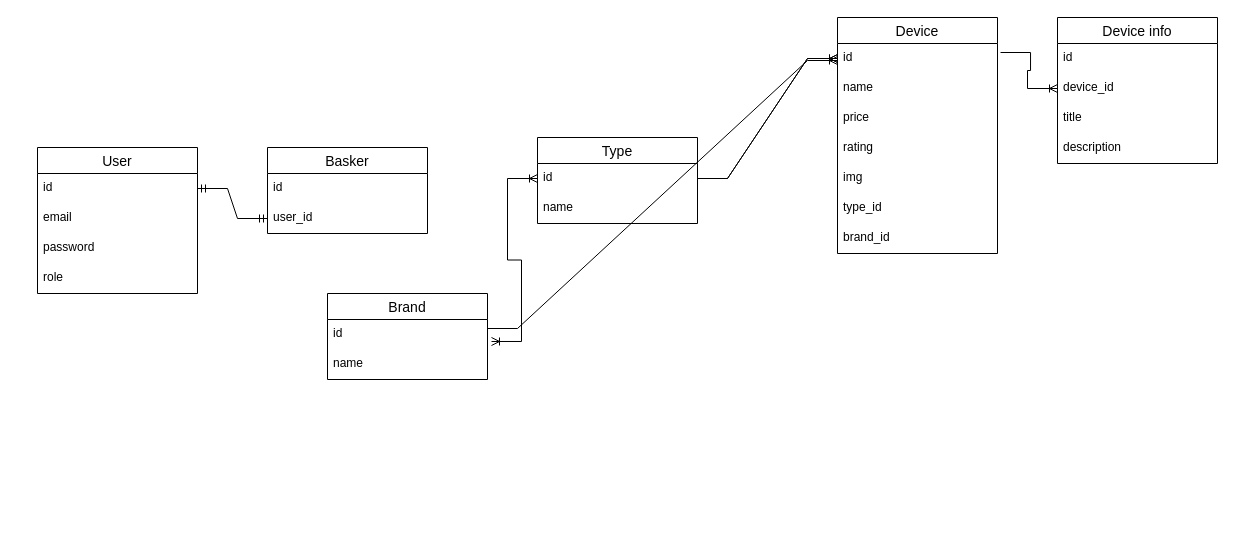
The draw.io diagram Диаграмма без названия.drawio in RudolphIgor/online_store, before the edit. Source tidied: cells renumbered, new cells numbered last; positions are measured from the earlier drawing's top-left corner, leaving out a move shared by most shapes. Both pictures are drawn from the tidied source at 100%, with x=0, y=0 at pixel (37, 17).
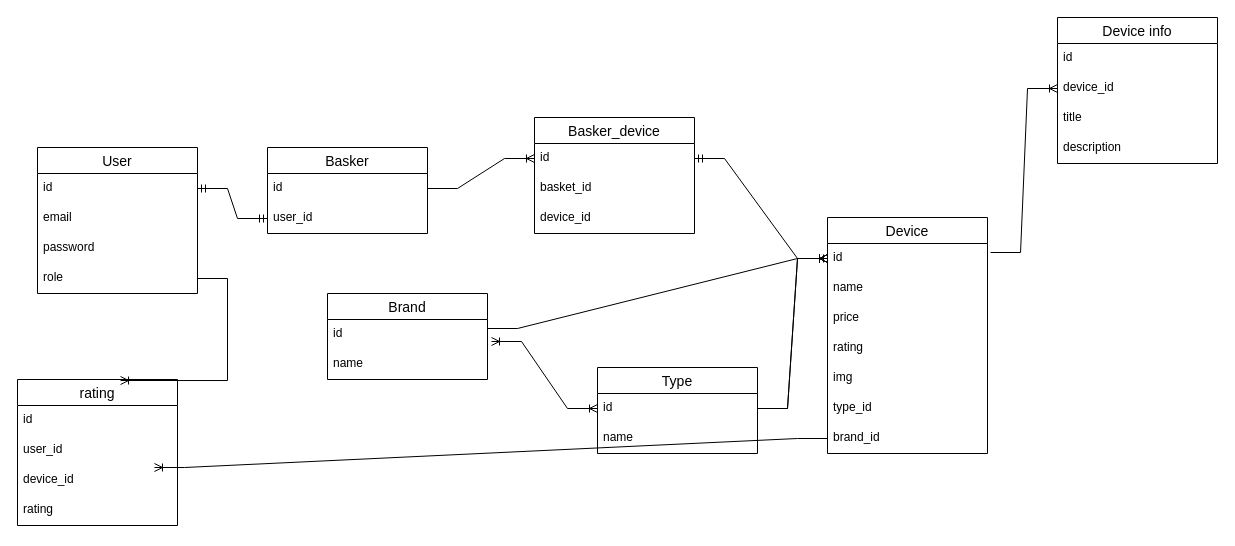
Above is the later version.

Unchanged cells that the change refers to:
```xml
<mxCell id="6" value="role" style="text;strokeColor=none;fillColor=none;spacingLeft=4;spacingRight=4;overflow=hidden;points=[[0,0.5],[1,0.5]];portConstraint=eastwest;fontSize=12;whiteSpace=wrap;html=1;" parent="2" vertex="1">
  <mxGeometry y="116" width="160" height="30" as="geometry" />
</mxCell>
<mxCell id="8" value="id" style="text;strokeColor=none;fillColor=none;spacingLeft=4;spacingRight=4;overflow=hidden;points=[[0,0.5],[1,0.5]];portConstraint=eastwest;fontSize=12;whiteSpace=wrap;html=1;" parent="7" vertex="1">
  <mxGeometry y="26" width="160" height="30" as="geometry" />
</mxCell>
<mxCell id="12" value="id" style="text;strokeColor=none;fillColor=none;spacingLeft=4;spacingRight=4;overflow=hidden;points=[[0,0.5],[1,0.5]];portConstraint=eastwest;fontSize=12;whiteSpace=wrap;html=1;" parent="11" vertex="1">
  <mxGeometry y="26" width="160" height="30" as="geometry" />
</mxCell>
<mxCell id="18" value="brand_id" style="text;strokeColor=none;fillColor=none;spacingLeft=4;spacingRight=4;overflow=hidden;points=[[0,0.5],[1,0.5]];portConstraint=eastwest;fontSize=12;whiteSpace=wrap;html=1;" parent="11" vertex="1">
  <mxGeometry y="206" width="160" height="30" as="geometry" />
</mxCell>
<mxCell id="26" value="id" style="text;strokeColor=none;fillColor=none;spacingLeft=4;spacingRight=4;overflow=hidden;points=[[0,0.5],[1,0.5]];portConstraint=eastwest;fontSize=12;whiteSpace=wrap;html=1;" parent="25" vertex="1">
  <mxGeometry y="26" width="160" height="30" as="geometry" />
</mxCell>
```

Diff of the diagram source:
```diff
@@
     <mxCell id="11" value="Device" style="swimlane;fontStyle=0;horizontal=1;startSize=26;align=center;fontSize=14;" parent="1" vertex="1">
-      <mxGeometry x="800" width="160" height="236" as="geometry" />
+      <mxGeometry x="790" y="200" width="160" height="236" as="geometry" />
     </mxCell>
@@
     <mxCell id="19" value="Type" style="swimlane;fontStyle=0;horizontal=1;startSize=26;align=center;fontSize=14;" parent="1" vertex="1">
-      <mxGeometry x="500" y="120" width="160" height="86" as="geometry" />
+      <mxGeometry x="560" y="350" width="160" height="86" as="geometry" />
     </mxCell>
@@
-    <mxCell id="23" style="edgeStyle=entityRelationEdgeStyle;fontSize=12;html=1;endArrow=ERoneToMany;rounded=0;exitX=1;exitY=0.3;exitDx=0;exitDy=0;exitPerimeter=0;" parent="1" edge="1" source="26">
-      <mxGeometry relative="1" as="geometry">
-        <mxPoint x="800" y="43" as="targetPoint" />
-      </mxGeometry>
+    <mxCell id="23" style="edgeStyle=entityRelationEdgeStyle;fontSize=12;html=1;endArrow=ERoneToMany;rounded=0;exitX=1;exitY=0.3;exitDx=0;exitDy=0;exitPerimeter=0;entryX=0;entryY=0.5;entryDx=0;entryDy=0;" parent="1" edge="1" source="26" target="12">
+      <mxGeometry relative="1" as="geometry" />
     </mxCell>
@@
+    <mxCell id="35" value="Basker_device" style="swimlane;fontStyle=0;horizontal=1;startSize=26;align=center;fontSize=14;" parent="1" vertex="1">
+      <mxGeometry x="497" y="100" width="160" height="116" as="geometry" />
+    </mxCell>
+    <mxCell id="36" value="id" style="text;strokeColor=none;fillColor=none;spacingLeft=4;spacingRight=4;overflow=hidden;points=[[0,0.5],[1,0.5]];portConstraint=eastwest;fontSize=12;whiteSpace=wrap;html=1;" parent="35" vertex="1">
+      <mxGeometry y="26" width="160" height="30" as="geometry" />
+    </mxCell>
+    <mxCell id="37" value="basket_id" style="text;strokeColor=none;fillColor=none;spacingLeft=4;spacingRight=4;overflow=hidden;fontSize=12;whiteSpace=wrap;html=1;" parent="35" vertex="1">
+      <mxGeometry y="56" width="160" height="30" as="geometry" />
+    </mxCell>
+    <mxCell id="38" value="device_id" style="text;strokeColor=none;fillColor=none;spacingLeft=4;spacingRight=4;overflow=hidden;fontSize=12;whiteSpace=wrap;html=1;" parent="35" vertex="1">
+      <mxGeometry y="86" width="160" height="30" as="geometry" />
+    </mxCell>
+    <mxCell id="39" style="edgeStyle=entityRelationEdgeStyle;fontSize=12;html=1;endArrow=ERoneToMany;rounded=0;entryX=0;entryY=0.5;entryDx=0;entryDy=0;" parent="1" edge="1" source="8" target="36">
+      <mxGeometry relative="1" as="geometry" />
+    </mxCell>
+    <mxCell id="40" style="edgeStyle=entityRelationEdgeStyle;fontSize=12;html=1;endArrow=ERmandOne;startArrow=ERmandOne;rounded=0;entryX=0;entryY=0.5;entryDx=0;entryDy=0;exitX=1;exitY=0.5;exitDx=0;exitDy=0;" parent="1" edge="1" source="36" target="12">
+      <mxGeometry relative="1" as="geometry" />
+    </mxCell>
+    <mxCell id="41" value="rating" style="swimlane;fontStyle=0;horizontal=1;startSize=26;align=center;fontSize=14;" parent="1" vertex="1">
+      <mxGeometry x="-20" y="362" width="160" height="146" as="geometry" />
+    </mxCell>
+    <mxCell id="42" value="id" style="text;strokeColor=none;fillColor=none;spacingLeft=4;spacingRight=4;overflow=hidden;fontSize=12;whiteSpace=wrap;html=1;" parent="41" vertex="1">
+      <mxGeometry y="26" width="160" height="30" as="geometry" />
+    </mxCell>
+    <mxCell id="43" value="user_id" style="text;strokeColor=none;fillColor=none;spacingLeft=4;spacingRight=4;overflow=hidden;fontSize=12;whiteSpace=wrap;html=1;" parent="41" vertex="1">
+      <mxGeometry y="56" width="160" height="30" as="geometry" />
+    </mxCell>
+    <mxCell id="44" value="device_id" style="text;strokeColor=none;fillColor=none;spacingLeft=4;spacingRight=4;overflow=hidden;points=[[0,0.5],[1,0.5]];portConstraint=eastwest;fontSize=12;whiteSpace=wrap;html=1;" parent="41" vertex="1">
+      <mxGeometry y="86" width="160" height="30" as="geometry" />
+    </mxCell>
+    <mxCell id="45" value="rating" style="text;strokeColor=none;fillColor=none;spacingLeft=4;spacingRight=4;overflow=hidden;fontSize=12;whiteSpace=wrap;html=1;" parent="41" vertex="1">
+      <mxGeometry y="116" width="160" height="30" as="geometry" />
+    </mxCell>
+    <mxCell id="46" style="edgeStyle=entityRelationEdgeStyle;fontSize=12;html=1;endArrow=ERoneToMany;rounded=0;entryX=0.856;entryY=0.067;entryDx=0;entryDy=0;entryPerimeter=0;" parent="1" edge="1" source="18" target="44">
+      <mxGeometry relative="1" as="geometry" />
+    </mxCell>
+    <mxCell id="47" style="edgeStyle=entityRelationEdgeStyle;fontSize=12;html=1;endArrow=ERoneToMany;rounded=0;entryX=0.644;entryY=0.007;entryDx=0;entryDy=0;entryPerimeter=0;" parent="1" edge="1" source="6" target="41">
+      <mxGeometry relative="1" as="geometry" />
+    </mxCell>
```
